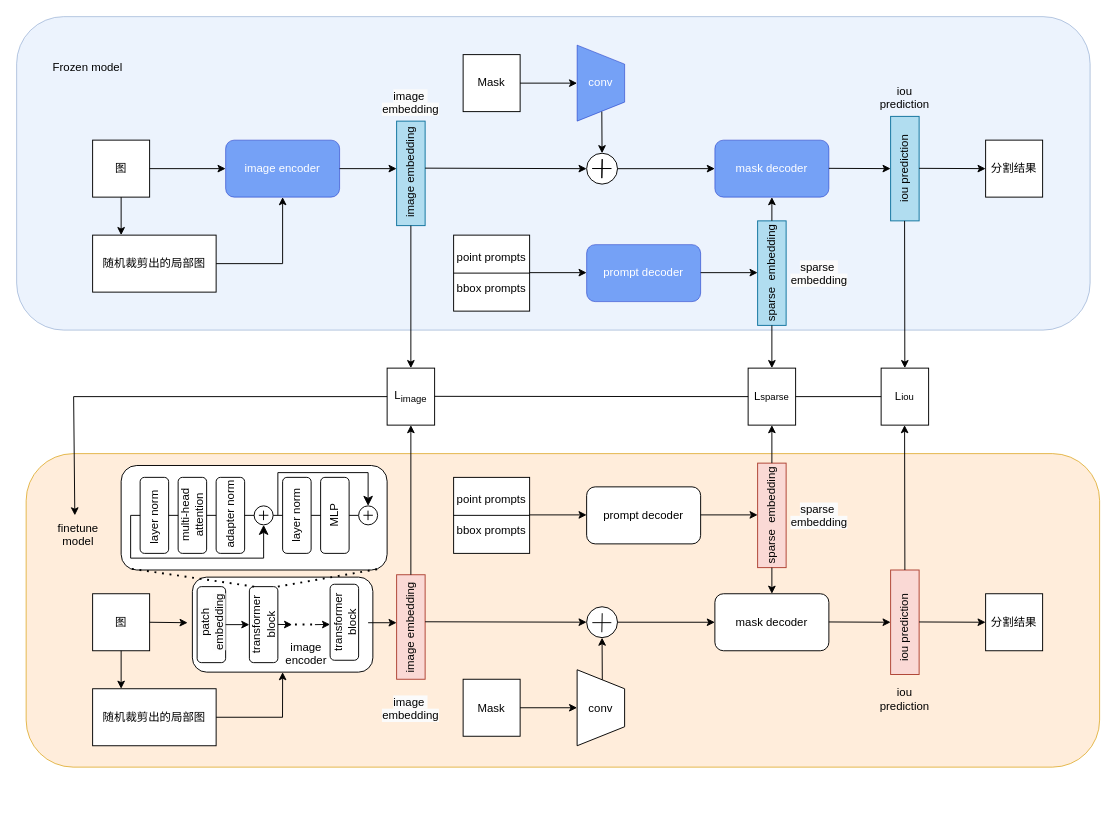
Before: SAM-Med2D_fair.drawio in FiveYuanWashingMachine/ml_toolset, a draw.io diagram. Source tidied: cells renumbered, new cells numbered last; positions are measured from the earlier drawing's top-left corner, leaving out a move shared by most shapes. Both pictures are drawn from the tidied source at 95%, with x=0, y=0 at pixel (16, 16).
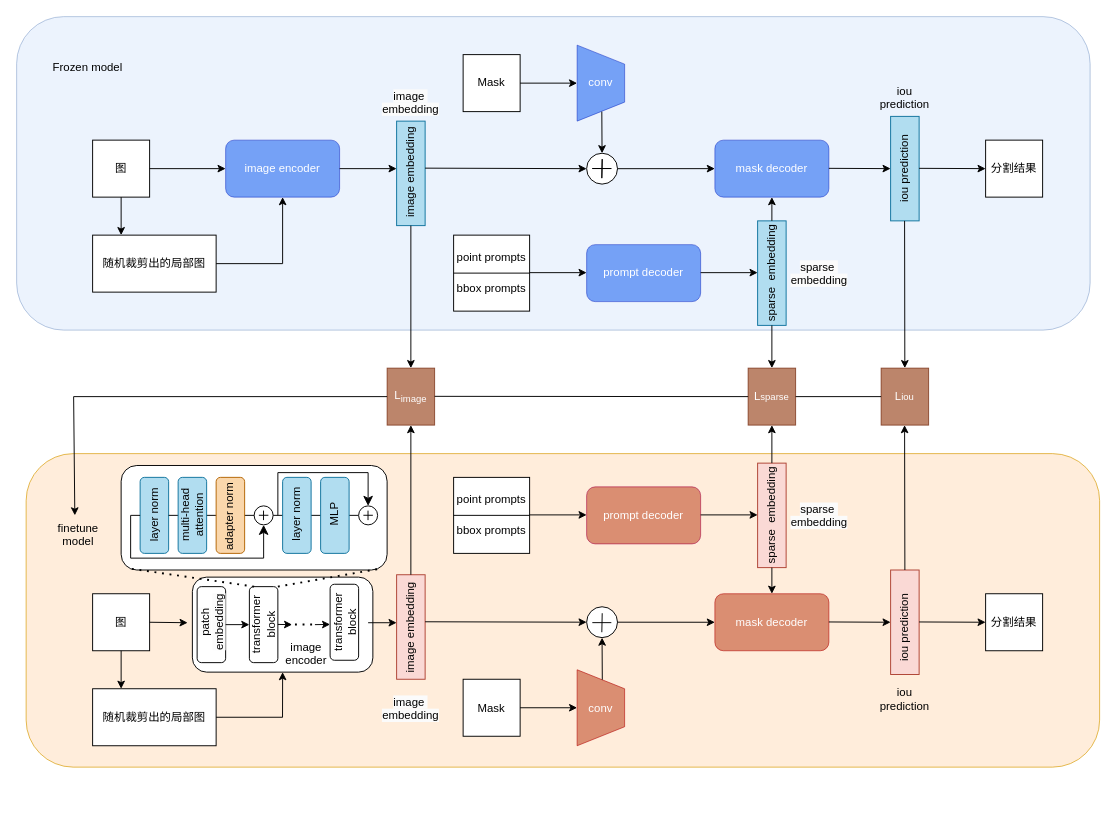
Above is the later version.

Diff of the diagram source:
```diff
@@
-    <mxCell id="37" style="rounded=1;whiteSpace=wrap;html=1;" parent="1" vertex="1">
+    <mxCell id="37" style="rounded=1;whiteSpace=wrap;html=1;gradientDirection=north;" parent="1" vertex="1">
       <mxGeometry x="185" y="590" width="190" height="100" as="geometry" />
     </mxCell>
@@
-    <mxCell id="46" value="prompt decoder" style="rounded=1;whiteSpace=wrap;html=1;" parent="1" vertex="1">
+    <mxCell id="46" value="prompt decoder" style="rounded=1;whiteSpace=wrap;html=1;fillColor=#C2502D;strokeColor=#A50040;fontColor=#ffffff;opacity=60;" parent="1" vertex="1">
       <mxGeometry x="600" y="495" width="120" height="60" as="geometry" />
     </mxCell>
@@
-    <mxCell id="53" value="conv" style="shape=trapezoid;perimeter=trapezoidPerimeter;whiteSpace=wrap;html=1;fixedSize=1;direction=south;" parent="1" vertex="1">
+    <mxCell id="53" value="conv" style="shape=trapezoid;perimeter=trapezoidPerimeter;whiteSpace=wrap;html=1;fixedSize=1;direction=south;fillColor=#C2502D;fontColor=#ffffff;strokeColor=#B20000;opacity=60;" parent="1" vertex="1">
       <mxGeometry x="590" y="687.5" width="50" height="80" as="geometry" />
     </mxCell>
@@
-    <mxCell id="56" value="mask decoder" style="rounded=1;whiteSpace=wrap;html=1;" parent="1" vertex="1">
+    <mxCell id="56" value="mask decoder" style="rounded=1;whiteSpace=wrap;html=1;fillColor=#C2502D;fontColor=#ffffff;strokeColor=#B20000;opacity=60;" parent="1" vertex="1">
       <mxGeometry x="735" y="607.5" width="120" height="60" as="geometry" />
     </mxCell>
@@
-    <mxCell id="63" value="L&lt;sub&gt;image&lt;/sub&gt;" style="rounded=0;whiteSpace=wrap;html=1;" parent="1" vertex="1">
+    <mxCell id="63" value="L&lt;sub&gt;image&lt;/sub&gt;" style="rounded=0;whiteSpace=wrap;html=1;fillColor=#a0522d;strokeColor=#6D1F00;fontColor=#ffffff;opacity=70;" parent="1" vertex="1">
       <mxGeometry x="390" y="370" width="50" height="60" as="geometry" />
     </mxCell>
-    <mxCell id="64" value="L&lt;span style=&quot;font-size: 10px;&quot;&gt;sparse&lt;/span&gt;" style="rounded=0;whiteSpace=wrap;html=1;" parent="1" vertex="1">
+    <mxCell id="64" value="L&lt;span style=&quot;font-size: 10px;&quot;&gt;sparse&lt;/span&gt;" style="rounded=0;whiteSpace=wrap;html=1;fillColor=#a0522d;fontColor=#ffffff;strokeColor=#6D1F00;opacity=70;" parent="1" vertex="1">
       <mxGeometry x="770" y="370" width="50" height="60" as="geometry" />
     </mxCell>
@@
-    <mxCell id="69" value="L&lt;span style=&quot;font-size: 10px;&quot;&gt;iou&lt;/span&gt;" style="rounded=0;whiteSpace=wrap;html=1;" parent="1" vertex="1">
+    <mxCell id="69" value="L&lt;span style=&quot;font-size: 10px;&quot;&gt;iou&lt;/span&gt;" style="rounded=0;whiteSpace=wrap;html=1;fillColor=#a0522d;fontColor=#ffffff;strokeColor=#6D1F00;opacity=70;" parent="1" vertex="1">
       <mxGeometry x="910" y="370" width="50" height="60" as="geometry" />
     </mxCell>
@@
-    <mxCell id="101" style="rounded=1;whiteSpace=wrap;html=1;" parent="1" vertex="1">
+    <mxCell id="101" style="rounded=1;whiteSpace=wrap;html=1;fillColor=#b1ddf0;strokeColor=#10739e;" parent="1" vertex="1">
       <mxGeometry x="130" y="485" width="30" height="80" as="geometry" />
     </mxCell>
@@
-    <mxCell id="103" style="rounded=1;whiteSpace=wrap;html=1;" parent="1" vertex="1">
+    <mxCell id="103" style="rounded=1;whiteSpace=wrap;html=1;fillColor=#b1ddf0;strokeColor=#10739e;" parent="1" vertex="1">
       <mxGeometry x="170" y="485" width="30" height="80" as="geometry" />
     </mxCell>
-    <mxCell id="104" style="rounded=1;whiteSpace=wrap;html=1;" parent="1" vertex="1">
+    <mxCell id="104" style="rounded=1;whiteSpace=wrap;html=1;fillColor=#fad7ac;strokeColor=#b46504;" parent="1" vertex="1">
       <mxGeometry x="210" y="485" width="30" height="80" as="geometry" />
     </mxCell>
-    <mxCell id="105" style="rounded=1;whiteSpace=wrap;html=1;" parent="1" vertex="1">
+    <mxCell id="105" style="rounded=1;whiteSpace=wrap;html=1;fillColor=#b1ddf0;strokeColor=#10739e;" parent="1" vertex="1">
       <mxGeometry x="280" y="485" width="30" height="80" as="geometry" />
     </mxCell>
-    <mxCell id="106" style="rounded=1;whiteSpace=wrap;html=1;" parent="1" vertex="1">
+    <mxCell id="106" style="rounded=1;whiteSpace=wrap;html=1;fillColor=#b1ddf0;strokeColor=#10739e;" parent="1" vertex="1">
       <mxGeometry x="320" y="485" width="30" height="80" as="geometry" />
     </mxCell>
@@
     <mxCell id="125" value="layer norm" style="text;whiteSpace=wrap;html=1;horizontal=0;verticalAlign=middle;textDirection=ltr;align=center;" parent="1" vertex="1">
-      <mxGeometry x="115" y="495" width="60" height="65" as="geometry" />
+      <mxGeometry x="115" y="492.5" width="60" height="65" as="geometry" />
     </mxCell>
@@
     <mxCell id="127" value="adapter norm" style="text;whiteSpace=wrap;html=1;horizontal=0;verticalAlign=middle;textDirection=ltr;align=center;" parent="1" vertex="1">
-      <mxGeometry x="195" y="485" width="60" height="77.5" as="geometry" />
+      <mxGeometry x="195" y="487.5" width="60" height="77.5" as="geometry" />
     </mxCell>
     <mxCell id="128" value="layer norm" style="text;whiteSpace=wrap;html=1;horizontal=0;verticalAlign=middle;textDirection=ltr;align=center;" parent="1" vertex="1">
-      <mxGeometry x="265" y="486.2" width="60" height="77.5" as="geometry" />
+      <mxGeometry x="265" y="485" width="60" height="77.5" as="geometry" />
     </mxCell>
     <mxCell id="129" value="MLP" style="text;whiteSpace=wrap;html=1;horizontal=0;verticalAlign=middle;textDirection=ltr;align=center;" parent="1" vertex="1">
-      <mxGeometry x="305" y="486.2" width="60" height="77.5" as="geometry" />
+      <mxGeometry x="305" y="485" width="60" height="77.5" as="geometry" />
     </mxCell>
```
